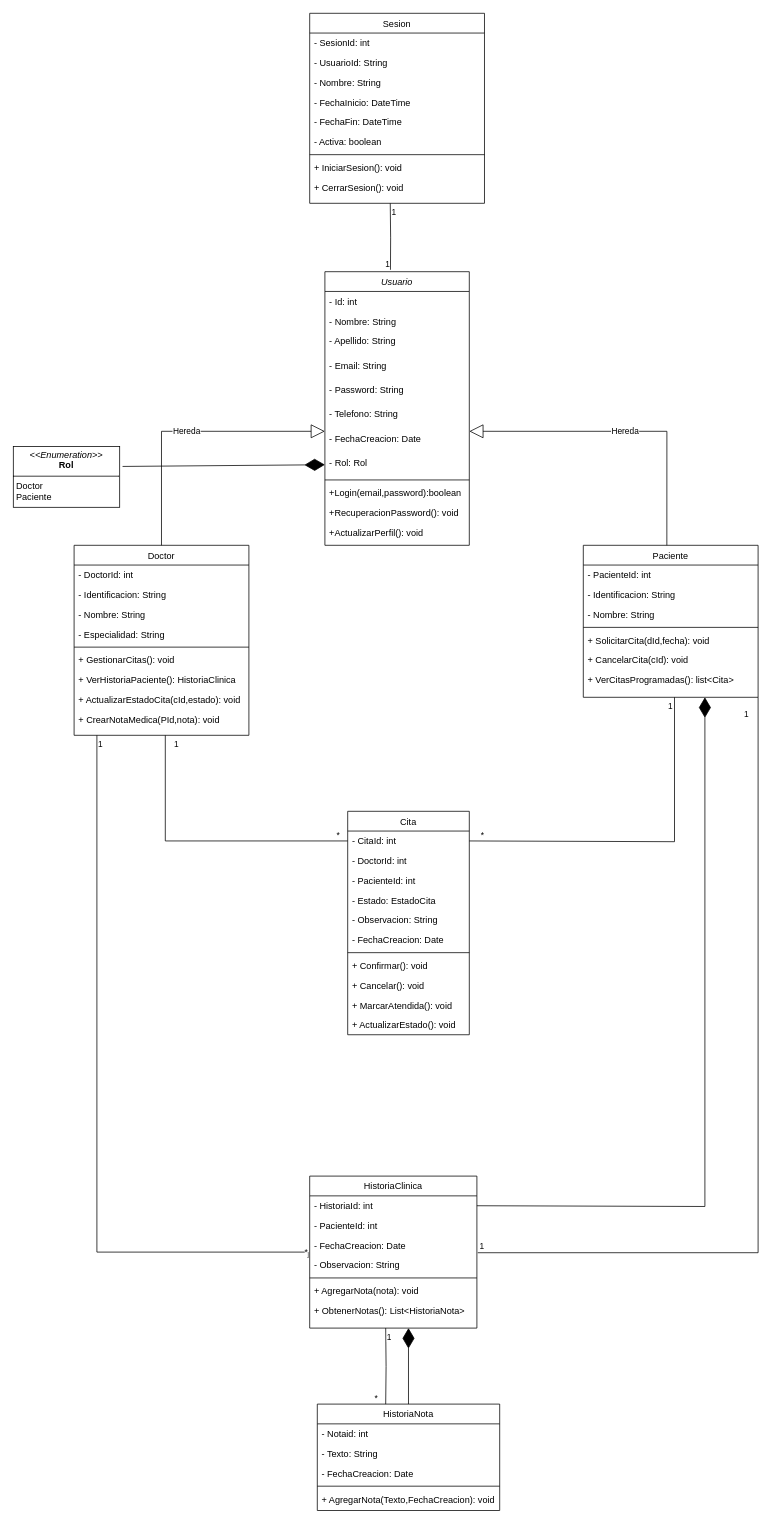
This is src/Docs/DiagramaPryF.drawio from iFelipex11/EpsPry, a draw.io file, before an edit. Source tidied: cells renumbered, new cells numbered last; positions are measured from the earlier drawing's top-left corner, leaving out a move shared by most shapes. Both pictures are drawn from the tidied source at 76%, with x=0, y=0 at pixel (13, 13).
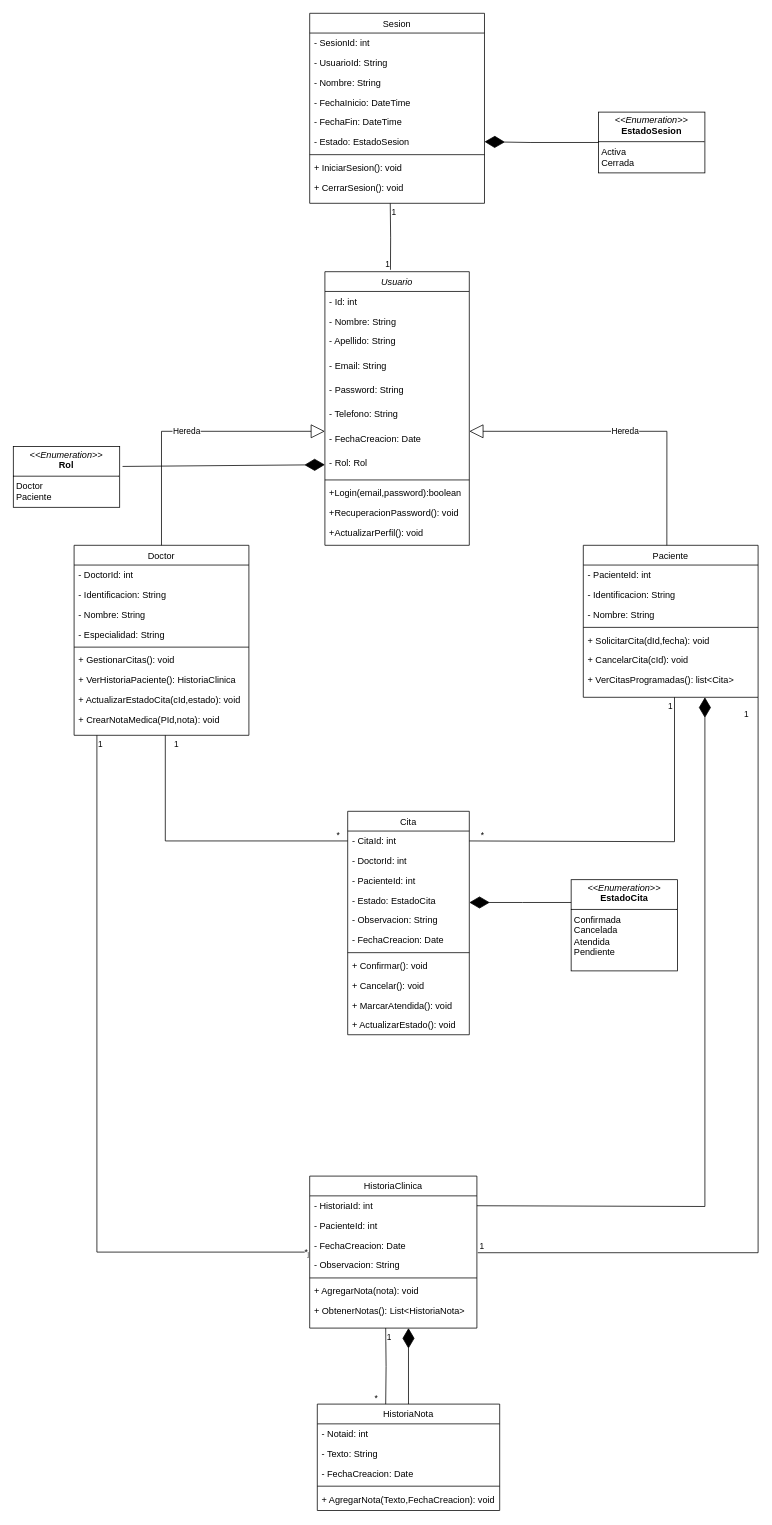
Above is the later version.

Commit message:
Diagrama de clases terminado

The change refers to these unchanged cells:
```xml
<mxCell id="29" value="- Estado: EstadoCita" style="text;align=left;verticalAlign=top;spacingLeft=4;spacingRight=4;overflow=hidden;points=[[0,0.5],[1,0.5]];portConstraint=eastwest;rounded=0;shadow=0;html=0;" parent="25" vertex="1">
  <mxGeometry y="104" width="160" height="26" as="geometry" />
</mxCell>
<mxCell id="59" value="Sesion" style="swimlane;fontStyle=0;align=center;verticalAlign=top;horizontal=1;startSize=26;rounded=0;shadow=0;strokeWidth=1;" parent="1" vertex="1">
  <mxGeometry x="390" width="230" height="250" as="geometry" />
</mxCell>
```

The edit, as a diff of the source:
```diff
@@
-    <mxCell id="65" value="- Activa: boolean" style="text;align=left;verticalAlign=top;spacingLeft=4;spacingRight=4;overflow=hidden;points=[[0,0.5],[1,0.5]];portConstraint=eastwest;rounded=0;shadow=0;html=0;" parent="59" vertex="1">
+    <mxCell id="65" value="- Estado: EstadoSesion" style="text;align=left;verticalAlign=top;spacingLeft=4;spacingRight=4;overflow=hidden;points=[[0,0.5],[1,0.5]];portConstraint=eastwest;rounded=0;shadow=0;html=0;" parent="59" vertex="1">
       <mxGeometry y="156" width="230" height="26" as="geometry" />
     </mxCell>
@@
+    <mxCell id="93" value="&lt;p style=&quot;margin:0px;margin-top:4px;text-align:center;&quot;&gt;&lt;i&gt;&amp;lt;&amp;lt;Enumeration&amp;gt;&amp;gt;&lt;/i&gt;&lt;br&gt;&lt;b&gt;EstadoSesion&lt;/b&gt;&lt;/p&gt;&lt;hr size=&quot;1&quot; style=&quot;border-style:solid;&quot;&gt;&lt;p style=&quot;margin:0px;margin-left:4px;&quot;&gt;Activa&lt;br&gt;Cerrada&lt;/p&gt;&lt;p style=&quot;margin:0px;margin-left:4px;&quot;&gt;&lt;br&gt;&lt;/p&gt;" style="verticalAlign=top;align=left;overflow=fill;html=1;whiteSpace=wrap;" parent="1" vertex="1">
+      <mxGeometry x="770" y="130" width="140" height="80" as="geometry" />
+    </mxCell>
+    <mxCell id="94" value="&lt;p style=&quot;margin:0px;margin-top:4px;text-align:center;&quot;&gt;&lt;i&gt;&amp;lt;&amp;lt;Enumeration&amp;gt;&amp;gt;&lt;/i&gt;&lt;br&gt;&lt;b&gt;EstadoCita&lt;/b&gt;&lt;/p&gt;&lt;hr size=&quot;1&quot; style=&quot;border-style:solid;&quot;&gt;&lt;p style=&quot;margin:0px;margin-left:4px;&quot;&gt;Confirmada&lt;br&gt;Cancelada&lt;/p&gt;&lt;p style=&quot;margin:0px;margin-left:4px;&quot;&gt;Atendida&lt;/p&gt;&lt;p style=&quot;margin:0px;margin-left:4px;&quot;&gt;Pendiente&lt;/p&gt;&lt;p style=&quot;margin:0px;margin-left:4px;&quot;&gt;&lt;br&gt;&lt;/p&gt;" style="verticalAlign=top;align=left;overflow=fill;html=1;whiteSpace=wrap;" parent="1" vertex="1">
+      <mxGeometry x="734" y="1140" width="140" height="120" as="geometry" />
+    </mxCell>
+    <mxCell id="95" style="endArrow=diamondThin;endFill=1;endSize=24;html=1;rounded=0;entryX=1;entryY=0.615;entryDx=0;entryDy=0;exitX=0;exitY=0.25;exitDx=0;exitDy=0;entryPerimeter=0;" parent="1" edge="1" source="94" target="29">
+      <mxGeometry relative="1" as="geometry">
+        <Array as="points">
+          <mxPoint x="670" y="1170" />
+        </Array>
+      </mxGeometry>
+    </mxCell>
+    <mxCell id="96" style="endArrow=diamondThin;endFill=1;endSize=24;html=1;rounded=0;entryX=1;entryY=0.5;entryDx=0;entryDy=0;exitX=0;exitY=0.5;exitDx=0;exitDy=0;" parent="1" edge="1" source="93" target="65">
+      <mxGeometry relative="1" as="geometry">
+        <Array as="points">
+          <mxPoint x="680" y="170" />
+        </Array>
+      </mxGeometry>
+    </mxCell>
```
